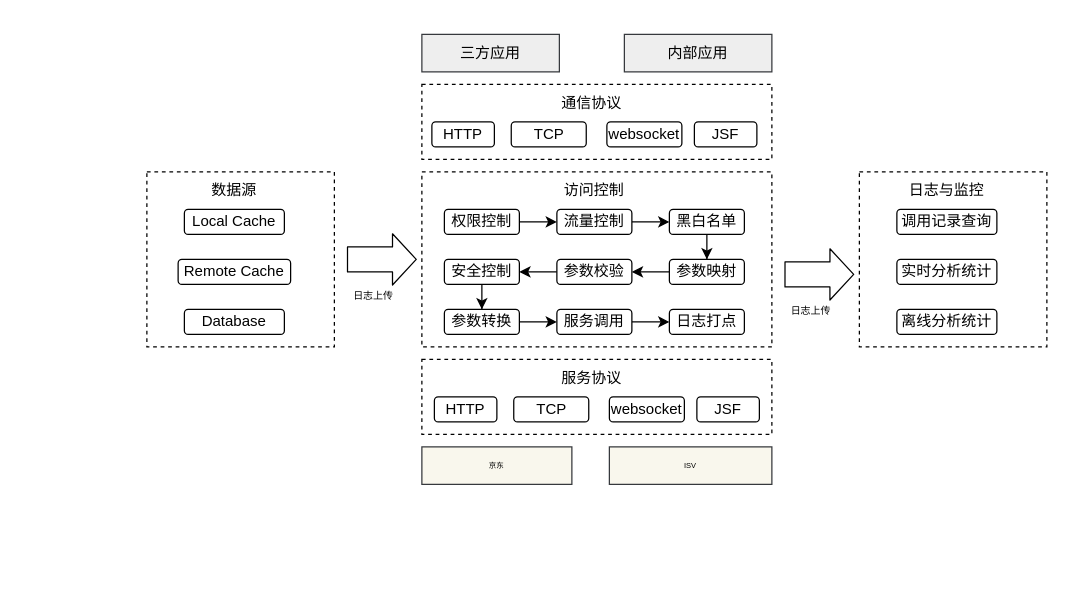
Earlier version of the draw.io diagram gateway.drawio (greenabyss/image). Source tidied: cells renumbered, new cells numbered last; positions are measured from the earlier drawing's top-left corner, leaving out a move shared by most shapes. Both pictures are drawn from the tidied source at 125%, with x=0, y=0 at pixel (146, 34).
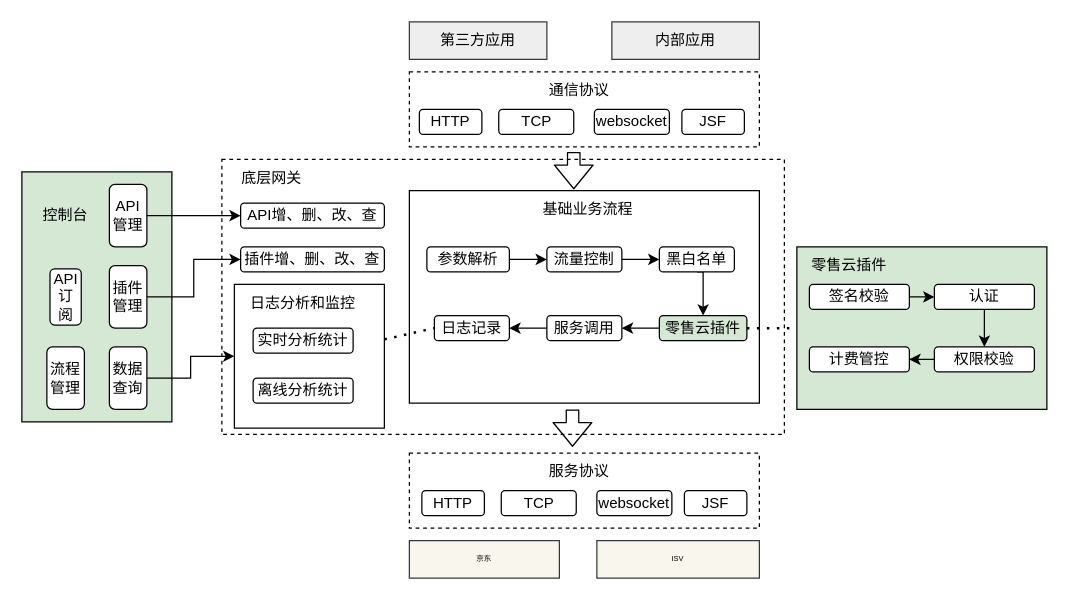
After the change.

What changed in the source:
```diff
@@
-    <mxCell id="2" style="rounded=0;whiteSpace=wrap;html=1;shadow=0;glass=0;dashed=1;sketch=0;strokeColor=#000000;" parent="1" vertex="1">
-      <mxGeometry x="570" y="110" width="150" height="140" as="geometry" />
-    </mxCell>
+    <mxCell id="51" style="rounded=0;whiteSpace=wrap;html=1;fillColor=#FFFFFF;dashed=1;" parent="1" vertex="1">
+      <mxGeometry x="60" y="100" width="450" height="220" as="geometry" />
+    </mxCell>
-    <mxCell id="3" style="rounded=0;whiteSpace=wrap;html=1;shadow=0;glass=0;dashed=1;sketch=0;strokeColor=#000000;" parent="1" vertex="1">
-      <mxGeometry x="220" y="110" width="280" height="140" as="geometry" />
+    <mxCell id="3" style="rounded=0;whiteSpace=wrap;html=1;shadow=0;glass=0;sketch=0;strokeColor=#000000;" parent="1" vertex="1">
+      <mxGeometry x="210" y="125" width="280" height="170" as="geometry" />
     </mxCell>
     <mxCell id="4" style="rounded=0;whiteSpace=wrap;html=1;shadow=0;glass=0;sketch=0;strokeColor=#000000;dashed=1;" parent="1" vertex="1">
-      <mxGeometry x="220" y="40" width="280" height="60" as="geometry" />
+      <mxGeometry x="210" y="30" width="280" height="60" as="geometry" />
     </mxCell>
-    <mxCell id="5" value="三方应用" style="rounded=0;whiteSpace=wrap;html=1;fillColor=#eeeeee;shadow=0;glass=0;sketch=0;strokeColor=#36393d;" parent="1" vertex="1">
-      <mxGeometry x="220" width="110" height="30" as="geometry" />
+    <mxCell id="5" value="第三方应用" style="rounded=0;whiteSpace=wrap;html=1;fillColor=#eeeeee;shadow=0;glass=0;sketch=0;strokeColor=#36393d;" parent="1" vertex="1">
+      <mxGeometry x="210" y="-10" width="110" height="30" as="geometry" />
     </mxCell>
     <mxCell id="6" value="内部应用" style="rounded=0;whiteSpace=wrap;html=1;fillColor=#eeeeee;shadow=0;glass=0;sketch=0;strokeColor=#36393d;" parent="1" vertex="1">
-      <mxGeometry x="382" width="118" height="30" as="geometry" />
+      <mxGeometry x="372" y="-10" width="118" height="30" as="geometry" />
     </mxCell>
     <mxCell id="7" value="通信协议" style="text;html=1;strokeColor=none;fillColor=none;align=center;verticalAlign=middle;whiteSpace=wrap;rounded=0;shadow=0;glass=0;dashed=1;sketch=0;" parent="1" vertex="1">
-      <mxGeometry x="324" y="50" width="64" height="10" as="geometry" />
+      <mxGeometry x="314" y="40" width="64" height="10" as="geometry" />
     </mxCell>
-    <mxCell id="8" style="edgeStyle=orthogonalEdgeStyle;rounded=0;jettySize=auto;html=1;" parent="1" edge="1" source="9" target="11">
-      <mxGeometry relative="1" as="geometry" />
-    </mxCell>
-    <mxCell id="9" value="权限控制" style="rounded=1;whiteSpace=wrap;html=1;shadow=0;glass=0;sketch=0;strokeColor=#000000;" parent="1" vertex="1">
-      <mxGeometry x="238" y="140" width="60" height="20" as="geometry" />
-    </mxCell>
-    <mxCell id="10" style="edgeStyle=orthogonalEdgeStyle;rounded=0;jettySize=auto;html=1;" parent="1" edge="1" source="11" target="13">
-      <mxGeometry relative="1" as="geometry" />
-    </mxCell>
-    <mxCell id="11" value="流量控制" style="rounded=1;whiteSpace=wrap;html=1;shadow=0;glass=0;sketch=0;strokeColor=#000000;" parent="1" vertex="1">
-      <mxGeometry x="328" y="140" width="60" height="20" as="geometry" />
-    </mxCell>
-    <mxCell id="12" style="edgeStyle=orthogonalEdgeStyle;rounded=0;jettySize=auto;html=1;entryX=0.5;entryY=0;entryDx=0;entryDy=0;" parent="1" edge="1" source="13" target="19">
-      <mxGeometry relative="1" as="geometry" />
-    </mxCell>
-    <mxCell id="13" value="黑白名单" style="rounded=1;whiteSpace=wrap;html=1;shadow=0;glass=0;sketch=0;strokeColor=#000000;" parent="1" vertex="1">
-      <mxGeometry x="418" y="140" width="60" height="20" as="geometry" />
-    </mxCell>
-    <mxCell id="14" style="edgeStyle=orthogonalEdgeStyle;rounded=0;jettySize=auto;html=1;entryX=0.5;entryY=0;entryDx=0;entryDy=0;" parent="1" edge="1" source="15" target="21">
-      <mxGeometry relative="1" as="geometry" />
-    </mxCell>
-    <mxCell id="15" value="安全控制" style="rounded=1;whiteSpace=wrap;html=1;shadow=0;glass=0;sketch=0;strokeColor=#000000;" parent="1" vertex="1">
-      <mxGeometry x="238" y="180" width="60" height="20" as="geometry" />
-    </mxCell>
-    <mxCell id="16" style="edgeStyle=orthogonalEdgeStyle;rounded=0;jettySize=auto;html=1;entryX=1;entryY=0.5;entryDx=0;entryDy=0;" parent="1" edge="1" source="17" target="15">
-      <mxGeometry relative="1" as="geometry" />
-    </mxCell>
-    <mxCell id="17" value="参数校验" style="rounded=1;whiteSpace=wrap;html=1;shadow=0;glass=0;sketch=0;strokeColor=#000000;" parent="1" vertex="1">
-      <mxGeometry x="328" y="180" width="60" height="20" as="geometry" />
-    </mxCell>
-    <mxCell id="18" style="edgeStyle=orthogonalEdgeStyle;rounded=0;jettySize=auto;html=1;exitX=0;exitY=0.5;exitDx=0;exitDy=0;entryX=1;entryY=0.5;entryDx=0;entryDy=0;" parent="1" edge="1" source="19" target="17">
-      <mxGeometry relative="1" as="geometry" />
-    </mxCell>
-    <mxCell id="19" value="参数映射" style="rounded=1;whiteSpace=wrap;html=1;shadow=0;glass=0;sketch=0;strokeColor=#000000;" parent="1" vertex="1">
-      <mxGeometry x="418" y="180" width="60" height="20" as="geometry" />
-    </mxCell>
-    <mxCell id="20" style="edgeStyle=orthogonalEdgeStyle;rounded=0;jettySize=auto;html=1;" parent="1" edge="1" source="21" target="23">
-      <mxGeometry relative="1" as="geometry" />
-    </mxCell>
-    <mxCell id="21" value="参数转换" style="rounded=1;whiteSpace=wrap;html=1;shadow=0;glass=0;sketch=0;strokeColor=#000000;" parent="1" vertex="1">
-      <mxGeometry x="238" y="220" width="60" height="20" as="geometry" />
-    </mxCell>
-    <mxCell id="22" style="edgeStyle=orthogonalEdgeStyle;rounded=0;jettySize=auto;html=1;" parent="1" edge="1" source="23" target="24">
-      <mxGeometry relative="1" as="geometry" />
-    </mxCell>
-    <mxCell id="23" value="服务调用" style="rounded=1;whiteSpace=wrap;html=1;shadow=0;glass=0;sketch=0;strokeColor=#000000;" parent="1" vertex="1">
-      <mxGeometry x="328" y="220" width="60" height="20" as="geometry" />
-    </mxCell>
-    <mxCell id="24" value="日志打点" style="rounded=1;whiteSpace=wrap;html=1;shadow=0;glass=0;sketch=0;strokeColor=#000000;" parent="1" vertex="1">
-      <mxGeometry x="418" y="220" width="60" height="20" as="geometry" />
-    </mxCell>
-    <mxCell id="25" value="访问控制" style="text;html=1;strokeColor=none;fillColor=none;align=center;verticalAlign=middle;whiteSpace=wrap;rounded=0;shadow=0;glass=0;dashed=1;sketch=0;" parent="1" vertex="1">
-      <mxGeometry x="326" y="120" width="64" height="10" as="geometry" />
+    <mxCell id="25" value="基础业务流程" style="text;html=1;strokeColor=none;fillColor=none;align=center;verticalAlign=middle;whiteSpace=wrap;rounded=0;shadow=0;glass=0;dashed=1;sketch=0;" parent="1" vertex="1">
+      <mxGeometry x="316" y="135" width="74" height="10" as="geometry" />
     </mxCell>
-    <mxCell id="26" value="调用记录查询" style="rounded=1;whiteSpace=wrap;html=1;shadow=0;glass=0;sketch=0;strokeColor=#000000;" parent="1" vertex="1">
-      <mxGeometry x="600" y="140" width="80" height="20" as="geometry" />
-    </mxCell>
-    <mxCell id="27" value="实时分析统计" style="rounded=1;whiteSpace=wrap;html=1;shadow=0;glass=0;sketch=0;strokeColor=#000000;" parent="1" vertex="1">
-      <mxGeometry x="600" y="180" width="80" height="20" as="geometry" />
-    </mxCell>
-    <mxCell id="28" value="离线分析统计" style="rounded=1;whiteSpace=wrap;html=1;shadow=0;glass=0;sketch=0;strokeColor=#000000;" parent="1" vertex="1">
-      <mxGeometry x="600" y="220" width="80" height="20" as="geometry" />
-    </mxCell>
-    <mxCell id="29" value="日志与监控" style="text;html=1;strokeColor=none;fillColor=none;align=center;verticalAlign=middle;whiteSpace=wrap;rounded=0;shadow=0;glass=0;dashed=1;sketch=0;" parent="1" vertex="1">
-      <mxGeometry x="608" y="120" width="64" height="10" as="geometry" />
-    </mxCell>
-    <mxCell id="30" style="shape=flexArrow;endArrow=classic;html=1;fontSize=6;fontFamily=Helvetica;width=20;entryX=-0.027;entryY=0.586;entryDx=0;entryDy=0;entryPerimeter=0;" parent="1" edge="1" target="2">
-      <mxGeometry relative="1" as="geometry">
-        <mxPoint x="510" y="192" as="sourcePoint" />
-      </mxGeometry>
-    </mxCell>
-    <mxCell id="31" value="&lt;font style=&quot;font-size: 8px;&quot; face=&quot;Verdana&quot;&gt;日志上传&lt;/font&gt;" style="edgeLabel;html=1;align=center;verticalAlign=middle;fontSize=8;" parent="30" vertex="1">
-      <mxGeometry x="-0.04" y="1" relative="1" as="geometry">
-        <mxPoint x="-7" y="29" as="offset" />
-      </mxGeometry>
-    </mxCell>
-    <mxCell id="32" style="rounded=0;whiteSpace=wrap;html=1;shadow=0;glass=0;dashed=1;sketch=0;strokeColor=#000000;" parent="1" vertex="1">
-      <mxGeometry y="110" width="150" height="140" as="geometry" />
-    </mxCell>
-    <mxCell id="33" value="Local Cache" style="rounded=1;whiteSpace=wrap;html=1;shadow=0;glass=0;sketch=0;strokeColor=#000000;" parent="1" vertex="1">
-      <mxGeometry x="30" y="140" width="80" height="20" as="geometry" />
-    </mxCell>
-    <mxCell id="34" value="Remote Cache" style="rounded=1;whiteSpace=wrap;html=1;shadow=0;glass=0;sketch=0;strokeColor=#000000;" parent="1" vertex="1">
-      <mxGeometry x="25" y="180" width="90" height="20" as="geometry" />
-    </mxCell>
-    <mxCell id="35" value="Database" style="rounded=1;whiteSpace=wrap;html=1;shadow=0;glass=0;sketch=0;strokeColor=#000000;" parent="1" vertex="1">
-      <mxGeometry x="30" y="220" width="80" height="20" as="geometry" />
-    </mxCell>
-    <mxCell id="36" value="数据源" style="text;html=1;strokeColor=none;fillColor=none;align=center;verticalAlign=middle;whiteSpace=wrap;rounded=0;shadow=0;glass=0;dashed=1;sketch=0;" parent="1" vertex="1">
-      <mxGeometry x="38" y="120" width="64" height="10" as="geometry" />
-    </mxCell>
-    <mxCell id="37" style="shape=flexArrow;endArrow=classic;html=1;fontSize=6;fontFamily=Helvetica;width=20;entryX=-0.027;entryY=0.586;entryDx=0;entryDy=0;entryPerimeter=0;" parent="1" edge="1">
-      <mxGeometry relative="1" as="geometry">
-        <mxPoint x="160" y="180" as="sourcePoint" />
-        <mxPoint x="216" y="180" as="targetPoint" />
-      </mxGeometry>
-    </mxCell>
-    <mxCell id="38" value="&lt;font style=&quot;font-size: 8px;&quot; face=&quot;Verdana&quot;&gt;日志上传&lt;/font&gt;" style="edgeLabel;html=1;align=center;verticalAlign=middle;fontSize=8;" parent="37" vertex="1">
-      <mxGeometry x="-0.04" y="1" relative="1" as="geometry">
-        <mxPoint x="-7" y="29" as="offset" />
-      </mxGeometry>
-    </mxCell>
     <mxCell id="39" style="rounded=0;whiteSpace=wrap;html=1;shadow=0;glass=0;sketch=0;strokeColor=#000000;dashed=1;" parent="1" vertex="1">
-      <mxGeometry x="220" y="260" width="280" height="60" as="geometry" />
+      <mxGeometry x="210" y="335" width="280" height="60" as="geometry" />
     </mxCell>
     <mxCell id="40" value="HTTP" style="rounded=1;whiteSpace=wrap;html=1;shadow=0;glass=0;sketch=0;strokeColor=#000000;" parent="1" vertex="1">
-      <mxGeometry x="230" y="290" width="50" height="20" as="geometry" />
+      <mxGeometry x="220" y="365" width="50" height="20" as="geometry" />
     </mxCell>
     <mxCell id="41" value="TCP" style="rounded=1;whiteSpace=wrap;html=1;shadow=0;glass=0;sketch=0;strokeColor=#000000;" parent="1" vertex="1">
-      <mxGeometry x="293.5" y="290" width="60" height="20" as="geometry" />
+      <mxGeometry x="283.5" y="365" width="60" height="20" as="geometry" />
     </mxCell>
     <mxCell id="42" value="服务协议" style="text;html=1;strokeColor=none;fillColor=none;align=center;verticalAlign=middle;whiteSpace=wrap;rounded=0;shadow=0;glass=0;dashed=1;sketch=0;" parent="1" vertex="1">
-      <mxGeometry x="324" y="270" width="64" height="10" as="geometry" />
+      <mxGeometry x="314" y="345" width="64" height="10" as="geometry" />
     </mxCell>
     <mxCell id="43" value="websocket" style="rounded=1;whiteSpace=wrap;html=1;shadow=0;glass=0;sketch=0;strokeColor=#000000;" parent="1" vertex="1">
-      <mxGeometry x="370" y="290" width="60" height="20" as="geometry" />
+      <mxGeometry x="360" y="365" width="60" height="20" as="geometry" />
     </mxCell>
     <mxCell id="44" value="JSF" style="rounded=1;whiteSpace=wrap;html=1;shadow=0;glass=0;sketch=0;strokeColor=#000000;" parent="1" vertex="1">
-      <mxGeometry x="440" y="290" width="50" height="20" as="geometry" />
+      <mxGeometry x="430" y="365" width="50" height="20" as="geometry" />
     </mxCell>
     <mxCell id="45" value="HTTP" style="rounded=1;whiteSpace=wrap;html=1;shadow=0;glass=0;sketch=0;strokeColor=#000000;" parent="1" vertex="1">
-      <mxGeometry x="228" y="70" width="50" height="20" as="geometry" />
+      <mxGeometry x="218" y="60" width="50" height="20" as="geometry" />
     </mxCell>
     <mxCell id="46" value="TCP" style="rounded=1;whiteSpace=wrap;html=1;shadow=0;glass=0;sketch=0;strokeColor=#000000;" parent="1" vertex="1">
-      <mxGeometry x="291.5" y="70" width="60" height="20" as="geometry" />
+      <mxGeometry x="281.5" y="60" width="60" height="20" as="geometry" />
     </mxCell>
     <mxCell id="47" value="websocket" style="rounded=1;whiteSpace=wrap;html=1;shadow=0;glass=0;sketch=0;strokeColor=#000000;" parent="1" vertex="1">
-      <mxGeometry x="368" y="70" width="60" height="20" as="geometry" />
+      <mxGeometry x="358" y="60" width="60" height="20" as="geometry" />
     </mxCell>
     <mxCell id="48" value="JSF" style="rounded=1;whiteSpace=wrap;html=1;shadow=0;glass=0;sketch=0;strokeColor=#000000;" parent="1" vertex="1">
-      <mxGeometry x="438" y="70" width="50" height="20" as="geometry" />
+      <mxGeometry x="428" y="60" width="50" height="20" as="geometry" />
     </mxCell>
     <mxCell id="49" value="京东" style="rounded=0;whiteSpace=wrap;html=1;shadow=0;glass=0;sketch=0;strokeColor=#36393d;fontFamily=Helvetica;fontSize=6;fillColor=#f9f7ed;" parent="1" vertex="1">
-      <mxGeometry x="220" y="330" width="120" height="30" as="geometry" />
+      <mxGeometry x="210" y="405" width="120" height="30" as="geometry" />
     </mxCell>
     <mxCell id="50" value="ISV" style="rounded=0;whiteSpace=wrap;html=1;shadow=0;glass=0;sketch=0;strokeColor=#36393d;fontFamily=Helvetica;fontSize=6;fillColor=#f9f7ed;" parent="1" vertex="1">
-      <mxGeometry x="370" y="330" width="130" height="30" as="geometry" />
+      <mxGeometry x="360" y="405" width="130" height="30" as="geometry" />
     </mxCell>
+    <mxCell id="52" style="rounded=0;whiteSpace=wrap;html=1;fillColor=#D5E8D4;" parent="1" vertex="1">
+      <mxGeometry x="-100" y="110" width="120" height="200" as="geometry" />
+    </mxCell>
+    <mxCell id="53" value="控制台" style="text;html=1;strokeColor=none;fillColor=none;align=center;verticalAlign=middle;whiteSpace=wrap;rounded=0;" parent="1" vertex="1">
+      <mxGeometry x="-85" y="135" width="40" height="20" as="geometry" />
+    </mxCell>
+    <mxCell id="54" style="edgeStyle=orthogonalEdgeStyle;rounded=0;jettySize=auto;html=1;exitX=1;exitY=0.5;exitDx=0;exitDy=0;entryX=0;entryY=0.5;entryDx=0;entryDy=0;" parent="1" edge="1" source="55" target="83">
+      <mxGeometry relative="1" as="geometry" />
+    </mxCell>
+    <mxCell id="55" value="API管理" style="rounded=1;whiteSpace=wrap;html=1;" parent="1" vertex="1">
+      <mxGeometry x="-30" y="120" width="30" height="50" as="geometry" />
+    </mxCell>
+    <mxCell id="56" style="edgeStyle=orthogonalEdgeStyle;rounded=0;jettySize=auto;html=1;exitX=1;exitY=0.5;exitDx=0;exitDy=0;entryX=0;entryY=0.5;entryDx=0;entryDy=0;" parent="1" edge="1" source="57" target="84">
+      <mxGeometry relative="1" as="geometry" />
+    </mxCell>
+    <mxCell id="57" value="插件管理" style="rounded=1;whiteSpace=wrap;html=1;" parent="1" vertex="1">
+      <mxGeometry x="-30" y="185" width="30" height="50" as="geometry" />
+    </mxCell>
+    <mxCell id="58" style="edgeStyle=orthogonalEdgeStyle;rounded=0;jettySize=auto;html=1;exitX=1;exitY=0.5;exitDx=0;exitDy=0;entryX=0;entryY=0.5;entryDx=0;entryDy=0;" parent="1" edge="1" source="59" target="79">
+      <mxGeometry relative="1" as="geometry" />
+    </mxCell>
+    <mxCell id="59" value="数据查询" style="rounded=1;whiteSpace=wrap;html=1;" parent="1" vertex="1">
+      <mxGeometry x="-30" y="250" width="30" height="50" as="geometry" />
+    </mxCell>
+    <mxCell id="10" style="edgeStyle=orthogonalEdgeStyle;rounded=0;jettySize=auto;html=1;exitX=1;exitY=0.5;exitDx=0;exitDy=0;entryX=0;entryY=0.5;entryDx=0;entryDy=0;" parent="1" edge="1" source="11" target="13">
+      <mxGeometry relative="1" as="geometry" />
+    </mxCell>
+    <mxCell id="11" value="流量控制" style="rounded=1;whiteSpace=wrap;html=1;shadow=0;glass=0;sketch=0;strokeColor=#000000;" parent="1" vertex="1">
+      <mxGeometry x="320" y="170" width="60" height="20" as="geometry" />
+    </mxCell>
+    <mxCell id="60" style="edgeStyle=orthogonalEdgeStyle;rounded=0;jettySize=auto;html=1;exitX=1;exitY=0.5;exitDx=0;exitDy=0;entryX=0;entryY=0.5;entryDx=0;entryDy=0;" parent="1" edge="1" source="61" target="11">
+      <mxGeometry relative="1" as="geometry" />
+    </mxCell>
+    <mxCell id="61" value="参数解析" style="rounded=1;whiteSpace=wrap;html=1;shadow=0;glass=0;sketch=0;strokeColor=#000000;" parent="1" vertex="1">
+      <mxGeometry x="224" y="170" width="66" height="20" as="geometry" />
+    </mxCell>
+    <mxCell id="62" style="edgeStyle=orthogonalEdgeStyle;rounded=0;jettySize=auto;html=1;exitX=0.5;exitY=1;exitDx=0;exitDy=0;entryX=0.5;entryY=0;entryDx=0;entryDy=0;" parent="1" edge="1" source="13" target="64">
+      <mxGeometry relative="1" as="geometry" />
+    </mxCell>
+    <mxCell id="13" value="黑白名单" style="rounded=1;whiteSpace=wrap;html=1;shadow=0;glass=0;sketch=0;strokeColor=#000000;" parent="1" vertex="1">
+      <mxGeometry x="410" y="170" width="60" height="20" as="geometry" />
+    </mxCell>
+    <mxCell id="63" style="edgeStyle=orthogonalEdgeStyle;rounded=0;jettySize=auto;html=1;exitX=0;exitY=0.5;exitDx=0;exitDy=0;entryX=1;entryY=0.5;entryDx=0;entryDy=0;" parent="1" edge="1" source="64" target="23">
+      <mxGeometry relative="1" as="geometry" />
+    </mxCell>
+    <mxCell id="64" value="零售云插件" style="rounded=1;whiteSpace=wrap;html=1;shadow=0;glass=0;sketch=0;fillColor=#D5E8D4;" parent="1" vertex="1">
+      <mxGeometry x="410" y="225" width="70" height="20" as="geometry" />
+    </mxCell>
+    <mxCell id="65" style="edgeStyle=orthogonalEdgeStyle;rounded=0;jettySize=auto;html=1;exitX=0;exitY=0.5;exitDx=0;exitDy=0;entryX=1;entryY=0.5;entryDx=0;entryDy=0;" parent="1" edge="1" source="23" target="66">
+      <mxGeometry relative="1" as="geometry" />
+    </mxCell>
+    <mxCell id="23" value="服务调用" style="rounded=1;whiteSpace=wrap;html=1;shadow=0;glass=0;sketch=0;strokeColor=#000000;" parent="1" vertex="1">
+      <mxGeometry x="320" y="225" width="60" height="20" as="geometry" />
+    </mxCell>
+    <mxCell id="66" value="日志记录" style="rounded=1;whiteSpace=wrap;html=1;shadow=0;glass=0;sketch=0;strokeColor=#000000;" parent="1" vertex="1">
+      <mxGeometry x="230" y="225" width="60" height="20" as="geometry" />
+    </mxCell>
+    <mxCell id="67" style="shape=flexArrow;endArrow=classic;html=1;" parent="1" edge="1">
+      <mxGeometry relative="1" as="geometry">
+        <mxPoint x="341.5" y="94" as="sourcePoint" />
+        <mxPoint x="341.5" y="124" as="targetPoint" />
+      </mxGeometry>
+    </mxCell>
+    <mxCell id="68" style="shape=flexArrow;endArrow=classic;html=1;" parent="1" edge="1">
+      <mxGeometry relative="1" as="geometry">
+        <mxPoint x="340.5" y="300" as="sourcePoint" />
+        <mxPoint x="340.5" y="330" as="targetPoint" />
+      </mxGeometry>
+    </mxCell>
+    <mxCell id="69" style="rounded=0;whiteSpace=wrap;html=1;fillColor=#D5E8D4;" parent="1" vertex="1">
+      <mxGeometry x="520" y="170" width="200" height="130" as="geometry" />
+    </mxCell>
+    <mxCell id="70" value="零售云插件" style="text;html=1;strokeColor=none;fillColor=none;align=center;verticalAlign=middle;whiteSpace=wrap;rounded=0;shadow=0;glass=0;dashed=1;sketch=0;" parent="1" vertex="1">
+      <mxGeometry x="530" y="180" width="64" height="10" as="geometry" />
+    </mxCell>
+    <mxCell id="71" style="edgeStyle=orthogonalEdgeStyle;rounded=0;jettySize=auto;html=1;exitX=1;exitY=0.5;exitDx=0;exitDy=0;entryX=0;entryY=0.5;entryDx=0;entryDy=0;" parent="1" edge="1" source="72" target="74">
+      <mxGeometry relative="1" as="geometry" />
+    </mxCell>
+    <mxCell id="72" value="签名校验" style="rounded=1;whiteSpace=wrap;html=1;shadow=0;glass=0;sketch=0;strokeColor=#000000;" parent="1" vertex="1">
+      <mxGeometry x="530" y="200" width="80" height="20" as="geometry" />
+    </mxCell>
+    <mxCell id="73" style="edgeStyle=orthogonalEdgeStyle;rounded=0;jettySize=auto;html=1;exitX=0.5;exitY=1;exitDx=0;exitDy=0;entryX=0.5;entryY=0;entryDx=0;entryDy=0;" parent="1" edge="1" source="74" target="76">
+      <mxGeometry relative="1" as="geometry" />
+    </mxCell>
+    <mxCell id="74" value="认证" style="rounded=1;whiteSpace=wrap;html=1;shadow=0;glass=0;sketch=0;strokeColor=#000000;" parent="1" vertex="1">
+      <mxGeometry x="630" y="200" width="80" height="20" as="geometry" />
+    </mxCell>
+    <mxCell id="75" style="edgeStyle=orthogonalEdgeStyle;rounded=0;jettySize=auto;html=1;exitX=0;exitY=0.5;exitDx=0;exitDy=0;" parent="1" edge="1" source="76" target="77">
+      <mxGeometry relative="1" as="geometry" />
+    </mxCell>
+    <mxCell id="76" value="权限校验" style="rounded=1;whiteSpace=wrap;html=1;shadow=0;glass=0;sketch=0;strokeColor=#000000;" parent="1" vertex="1">
+      <mxGeometry x="630" y="250" width="80" height="20" as="geometry" />
+    </mxCell>
+    <mxCell id="77" value="计费管控" style="rounded=1;whiteSpace=wrap;html=1;shadow=0;glass=0;sketch=0;strokeColor=#000000;" parent="1" vertex="1">
+      <mxGeometry x="530" y="250" width="80" height="20" as="geometry" />
+    </mxCell>
+    <mxCell id="78" style="endArrow=none;dashed=1;html=1;dashPattern=1 3;strokeWidth=2;exitX=1;exitY=0.5;exitDx=0;exitDy=0;entryX=0;entryY=0.5;entryDx=0;entryDy=0;" parent="1" edge="1" source="64" target="69">
+      <mxGeometry relative="1" as="geometry" />
+    </mxCell>
+    <mxCell id="79" style="rounded=0;whiteSpace=wrap;html=1;" parent="1" vertex="1">
+      <mxGeometry x="70" y="200" width="120" height="115" as="geometry" />
+    </mxCell>
+    <mxCell id="80" value="日志分析和监控" style="text;html=1;strokeColor=none;fillColor=none;align=center;verticalAlign=middle;whiteSpace=wrap;rounded=0;shadow=0;glass=0;dashed=1;sketch=0;" parent="1" vertex="1">
+      <mxGeometry x="80" y="210" width="90" height="10" as="geometry" />
+    </mxCell>
+    <mxCell id="27" value="实时分析统计" style="rounded=1;whiteSpace=wrap;html=1;shadow=0;glass=0;sketch=0;strokeColor=#000000;" parent="1" vertex="1">
+      <mxGeometry x="85" y="235" width="80" height="20" as="geometry" />
+    </mxCell>
+    <mxCell id="28" value="离线分析统计" style="rounded=1;whiteSpace=wrap;html=1;shadow=0;glass=0;sketch=0;strokeColor=#000000;" parent="1" vertex="1">
+      <mxGeometry x="85" y="275" width="80" height="20" as="geometry" />
+    </mxCell>
+    <mxCell id="81" style="endArrow=none;dashed=1;html=1;dashPattern=1 3;strokeWidth=2;entryX=0;entryY=0.5;entryDx=0;entryDy=0;" parent="1" edge="1" source="79" target="66">
+      <mxGeometry relative="1" as="geometry" />
+    </mxCell>
+    <mxCell id="82" value="底层网关" style="text;html=1;strokeColor=none;fillColor=none;align=center;verticalAlign=middle;whiteSpace=wrap;rounded=0;dashed=1;" parent="1" vertex="1">
+      <mxGeometry x="70" y="105" width="60" height="20" as="geometry" />
+    </mxCell>
+    <mxCell id="83" value="API增、删、改、查" style="rounded=1;whiteSpace=wrap;html=1;shadow=0;glass=0;sketch=0;strokeColor=#000000;" parent="1" vertex="1">
+      <mxGeometry x="75" y="135" width="115" height="20" as="geometry" />
+    </mxCell>
+    <mxCell id="84" value="插件增、删、改、查" style="rounded=1;whiteSpace=wrap;html=1;shadow=0;glass=0;sketch=0;strokeColor=#000000;" parent="1" vertex="1">
+      <mxGeometry x="75" y="170" width="115" height="20" as="geometry" />
+    </mxCell>
+    <mxCell id="85" value="API订阅" style="rounded=1;whiteSpace=wrap;html=1;shadow=0;glass=0;sketch=0;strokeColor=#000000;" parent="1" vertex="1">
+      <mxGeometry x="-77.5" y="187.5" width="25" height="45" as="geometry" />
+    </mxCell>
+    <mxCell id="86" value="流程管理" style="rounded=1;whiteSpace=wrap;html=1;shadow=0;glass=0;sketch=0;strokeColor=#000000;" parent="1" vertex="1">
+      <mxGeometry x="-80" y="250" width="30" height="50" as="geometry" />
+    </mxCell>
```
